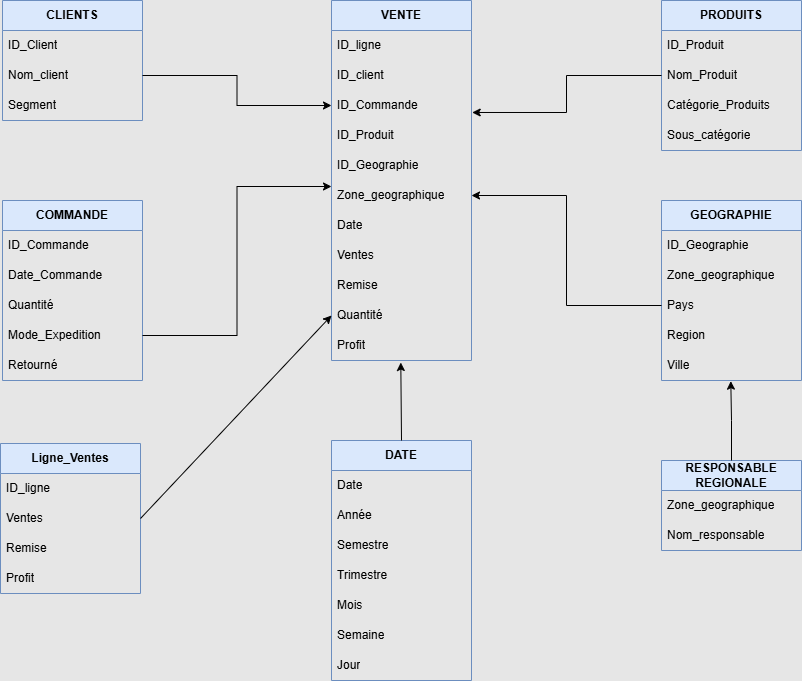
The draw.io diagram Hypermarket Project/Resources/HypermarketDatamart.drawio.png in christart-code/BI, before a commit. Source tidied: cells renumbered, new cells last; positions are measured from the earlier drawing's top-left corner, leaving out a move shared by most shapes.
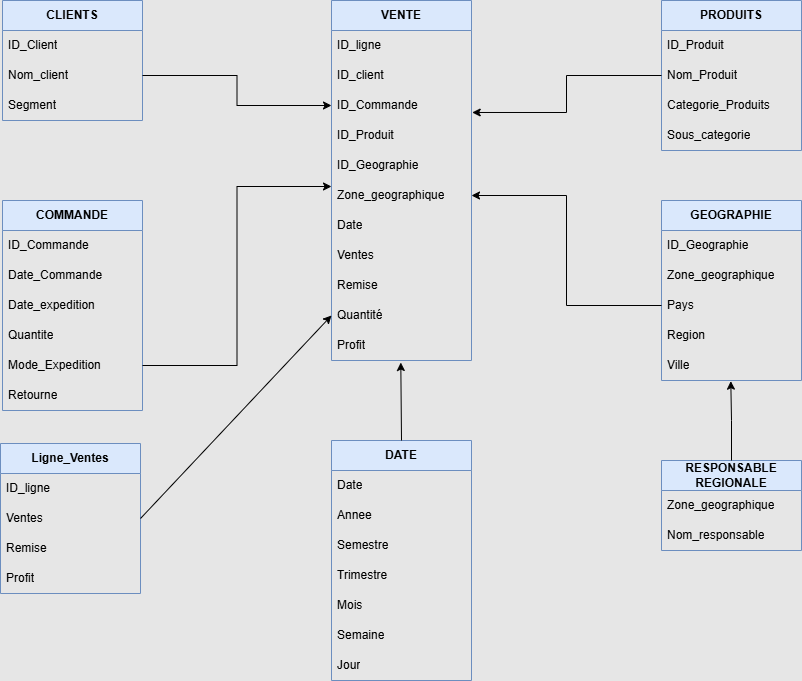
After the change.

Commit message:
Mettre à jour HypermarketDatamart.drawio.png

What changed in the source:
```diff
@@ -59,14 +59,14 @@
     <mxCell id="20" value="Nom_Produit" style="text;strokeColor=none;fillColor=none;align=left;verticalAlign=middle;spacingLeft=4;spacingRight=4;overflow=hidden;points=[[0,0.5],[1,0.5]];portConstraint=eastwest;whiteSpace=wrap;html=1;" parent="18" vertex="1">
       <mxGeometry y="60" width="140" height="30" as="geometry" />
     </mxCell>
-    <mxCell id="21" value="Catégorie_Produits" style="text;strokeColor=none;fillColor=none;align=left;verticalAlign=middle;spacingLeft=4;spacingRight=4;overflow=hidden;whiteSpace=wrap;html=1;" parent="18" vertex="1">
+    <mxCell id="21" value="Categorie_Produits" style="text;strokeColor=none;fillColor=none;align=left;verticalAlign=middle;spacingLeft=4;spacingRight=4;overflow=hidden;whiteSpace=wrap;html=1;" parent="18" vertex="1">
       <mxGeometry y="90" width="140" height="30" as="geometry" />
     </mxCell>
-    <mxCell id="22" value="Sous_catégorie" style="text;strokeColor=none;fillColor=none;align=left;verticalAlign=middle;spacingLeft=4;spacingRight=4;overflow=hidden;whiteSpace=wrap;html=1;" parent="18" vertex="1">
+    <mxCell id="22" value="Sous_categorie" style="text;strokeColor=none;fillColor=none;align=left;verticalAlign=middle;spacingLeft=4;spacingRight=4;overflow=hidden;whiteSpace=wrap;html=1;" parent="18" vertex="1">
       <mxGeometry y="120" width="140" height="30" as="geometry" />
     </mxCell>
     <mxCell id="23" value="COMMANDE" style="swimlane;fontStyle=1;horizontal=1;startSize=30;whiteSpace=wrap;html=1;fillColor=#dae8fc;strokeColor=#6c8ebf;" parent="1" vertex="1">
-      <mxGeometry x="2" y="200" width="140" height="180" as="geometry" />
+      <mxGeometry x="2" y="200" width="140" height="210" as="geometry" />
     </mxCell>
     <mxCell id="24" value="ID_Commande" style="text;strokeColor=none;fillColor=none;align=left;verticalAlign=middle;spacingLeft=4;spacingRight=4;overflow=hidden;whiteSpace=wrap;html=1;" parent="23" vertex="1">
       <mxGeometry y="30" width="140" height="30" as="geometry" />
@@ -74,14 +74,17 @@
     <mxCell id="25" value="Date_Commande" style="text;strokeColor=none;fillColor=none;align=left;verticalAlign=middle;spacingLeft=4;spacingRight=4;overflow=hidden;whiteSpace=wrap;html=1;" parent="23" vertex="1">
       <mxGeometry y="60" width="140" height="30" as="geometry" />
     </mxCell>
+    <mxCell id="58" value="Date_expedition" style="text;strokeColor=none;fillColor=none;align=left;verticalAlign=middle;spacingLeft=4;spacingRight=4;overflow=hidden;whiteSpace=wrap;html=1;" parent="23" vertex="1">
+      <mxGeometry y="90" width="140" height="30" as="geometry" />
+    </mxCell>
-    <mxCell id="26" value="Quantité" style="text;strokeColor=none;fillColor=none;align=left;verticalAlign=middle;spacingLeft=4;spacingRight=4;overflow=hidden;whiteSpace=wrap;html=1;" parent="23" vertex="1">
-      <mxGeometry y="90" width="140" height="30" as="geometry" />
+    <mxCell id="26" value="Quantite" style="text;strokeColor=none;fillColor=none;align=left;verticalAlign=middle;spacingLeft=4;spacingRight=4;overflow=hidden;whiteSpace=wrap;html=1;" parent="23" vertex="1">
+      <mxGeometry y="120" width="140" height="30" as="geometry" />
     </mxCell>
     <mxCell id="27" value="Mode_Expedition" style="text;strokeColor=none;fillColor=none;align=left;verticalAlign=middle;spacingLeft=4;spacingRight=4;overflow=hidden;points=[[0,0.5],[1,0.5]];portConstraint=eastwest;whiteSpace=wrap;html=1;" parent="23" vertex="1">
-      <mxGeometry y="120" width="140" height="30" as="geometry" />
+      <mxGeometry y="150" width="140" height="30" as="geometry" />
     </mxCell>
-    <mxCell id="28" value="Retourné" style="text;strokeColor=none;fillColor=none;align=left;verticalAlign=middle;spacingLeft=4;spacingRight=4;overflow=hidden;whiteSpace=wrap;html=1;" parent="23" vertex="1">
-      <mxGeometry y="150" width="140" height="30" as="geometry" />
+    <mxCell id="28" value="Retourne" style="text;strokeColor=none;fillColor=none;align=left;verticalAlign=middle;spacingLeft=4;spacingRight=4;overflow=hidden;whiteSpace=wrap;html=1;" parent="23" vertex="1">
+      <mxGeometry y="180" width="140" height="30" as="geometry" />
     </mxCell>
     <mxCell id="29" value="GEOGRAPHIE" style="swimlane;fontStyle=1;horizontal=1;startSize=30;whiteSpace=wrap;html=1;fillColor=#dae8fc;strokeColor=#6c8ebf;" parent="1" vertex="1">
       <mxGeometry x="661" y="200" width="140" height="180" as="geometry" />
@@ -116,7 +119,7 @@
     <mxCell id="39" value="Date" style="text;strokeColor=none;fillColor=none;align=left;verticalAlign=middle;spacingLeft=4;spacingRight=4;overflow=hidden;whiteSpace=wrap;html=1;" parent="38" vertex="1">
       <mxGeometry y="30" width="140" height="30" as="geometry" />
     </mxCell>
-    <mxCell id="40" value="Année&amp;nbsp;" style="text;strokeColor=none;fillColor=none;align=left;verticalAlign=middle;spacingLeft=4;spacingRight=4;overflow=hidden;whiteSpace=wrap;html=1;" parent="38" vertex="1">
+    <mxCell id="40" value="Annee&amp;nbsp;" style="text;strokeColor=none;fillColor=none;align=left;verticalAlign=middle;spacingLeft=4;spacingRight=4;overflow=hidden;whiteSpace=wrap;html=1;" parent="38" vertex="1">
       <mxGeometry y="60" width="140" height="30" as="geometry" />
     </mxCell>
     <mxCell id="41" value="Semestre" style="text;strokeColor=none;fillColor=none;align=left;verticalAlign=middle;spacingLeft=4;spacingRight=4;overflow=hidden;whiteSpace=wrap;html=1;" parent="38" vertex="1">
```
